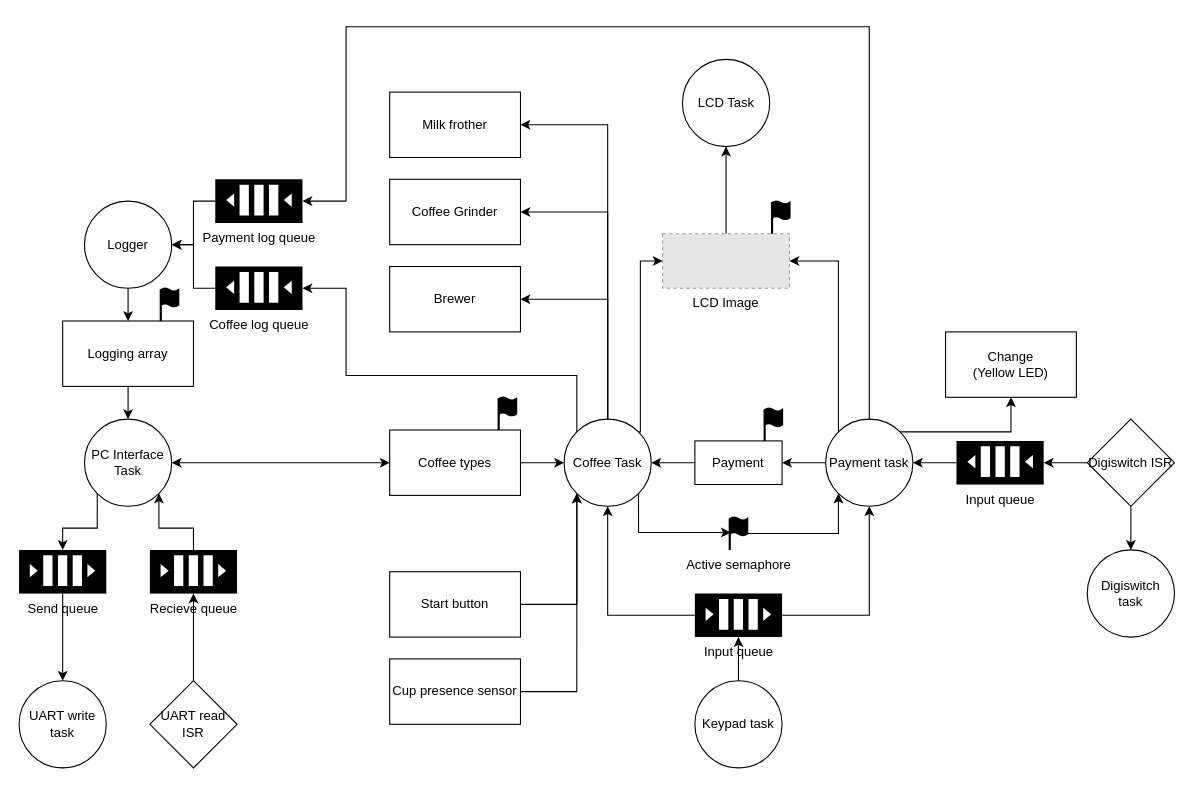
Earlier version of the draw.io diagram page "Task Diagram" (1 of 3) of taskdiagram.drawio (Megalegomand/RB4-EMP-Final-Assigment). Source tidied: cells renumbered, new cells numbered last; positions are measured from the earlier drawing's top-left corner, leaving out a move shared by most shapes. Both pictures are drawn from the tidied source at 109%, with x=0, y=0 at pixel (19, 26). Pictures stored in the file or linked from it are replaced by grey dashed boxes.
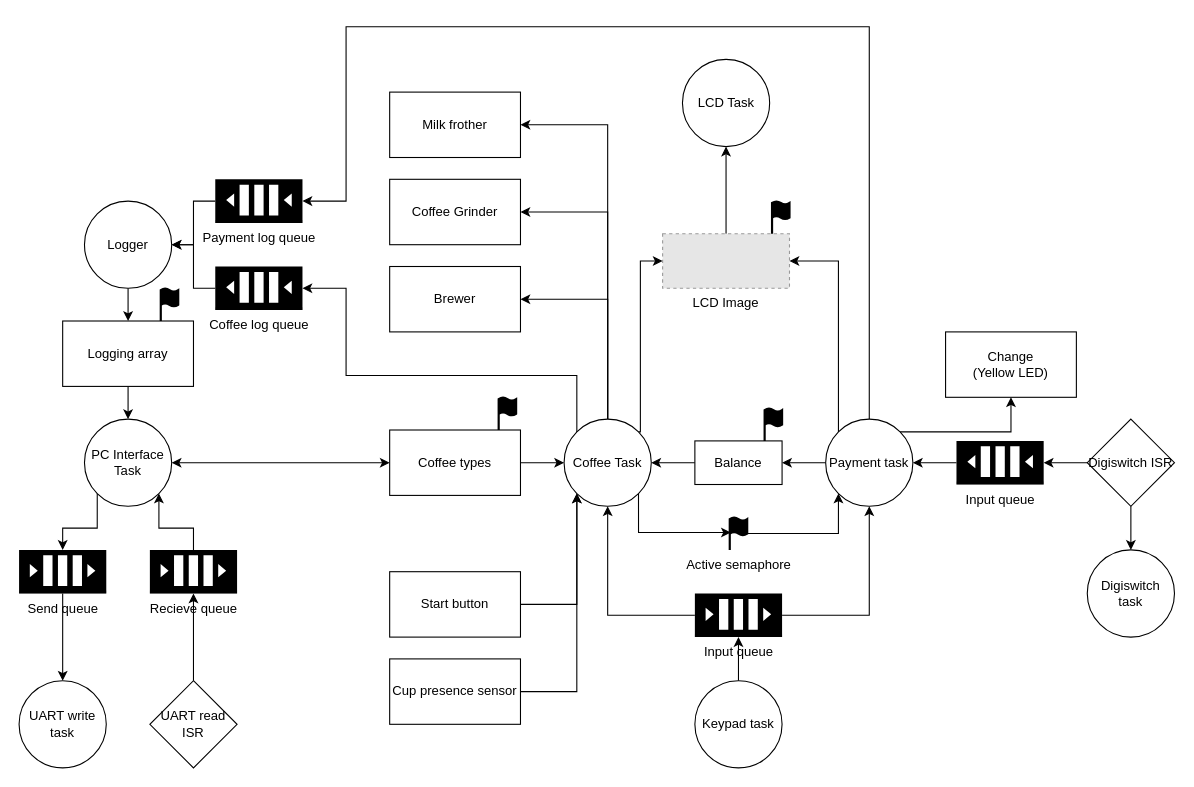
After the change.

Commit message:
Mere FSM update

Change to the diagram source:
```diff
@@
-    <mxCell id="39" value="Payment" style="rounded=0;whiteSpace=wrap;html=1;strokeColor=#000000;fillColor=#FFFFFF;align=center;" parent="1" vertex="1">
+    <mxCell id="39" value="Balance" style="rounded=0;whiteSpace=wrap;html=1;strokeColor=#000000;fillColor=#FFFFFF;align=center;" parent="1" vertex="1">
       <mxGeometry x="620" y="380" width="80" height="40" as="geometry" />
     </mxCell>
```
